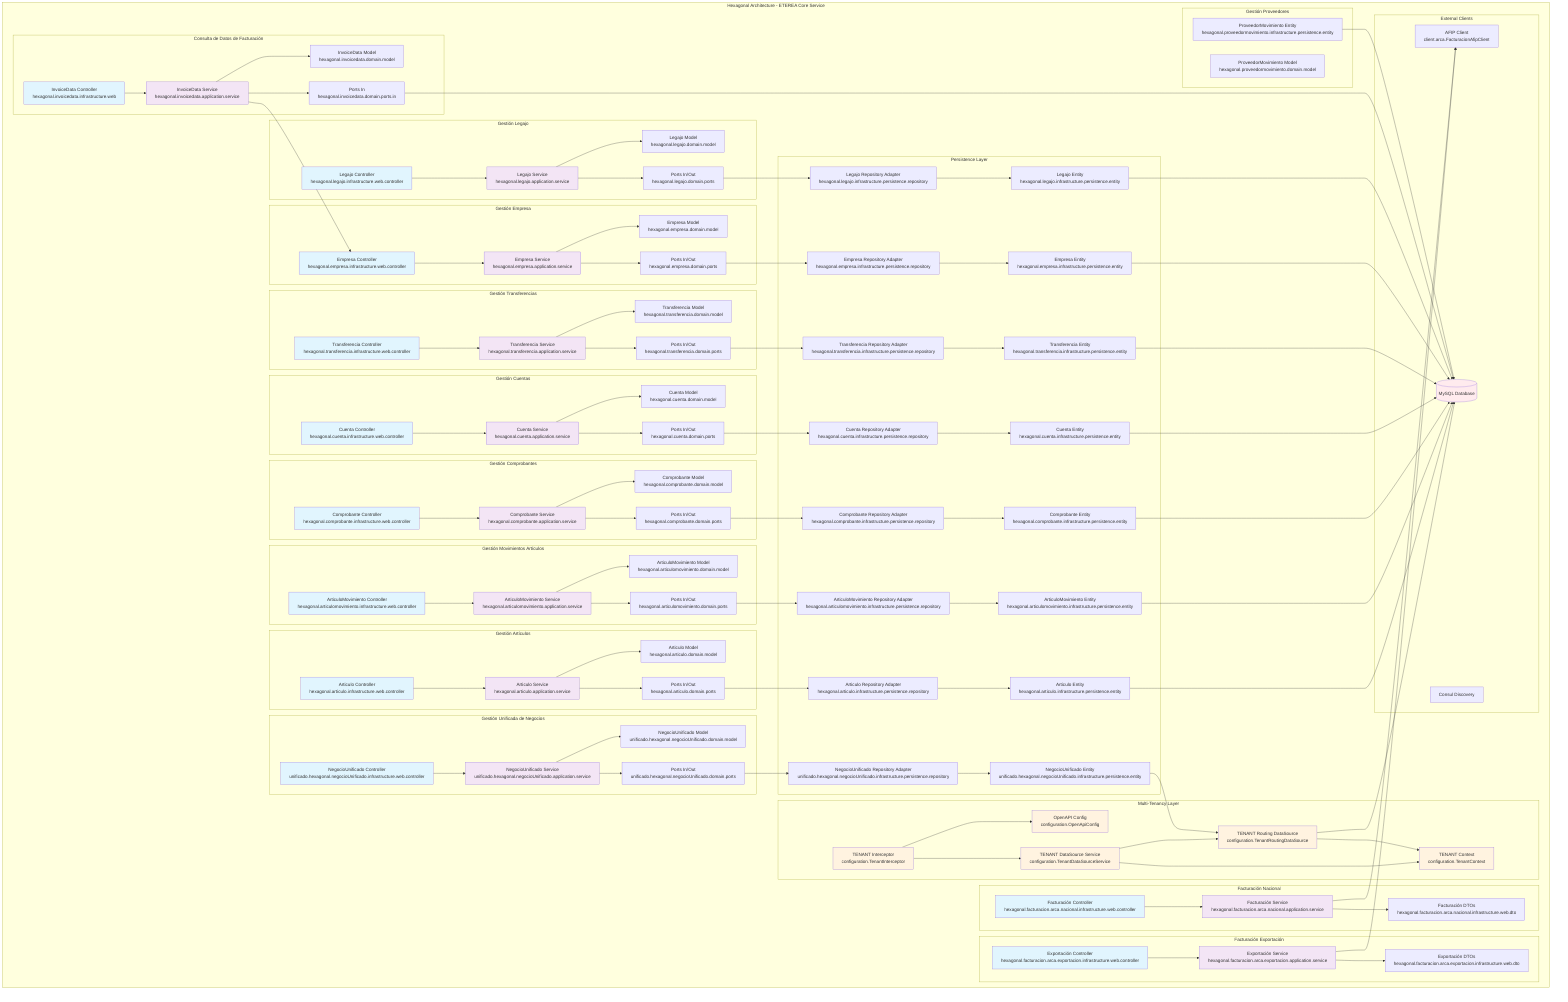
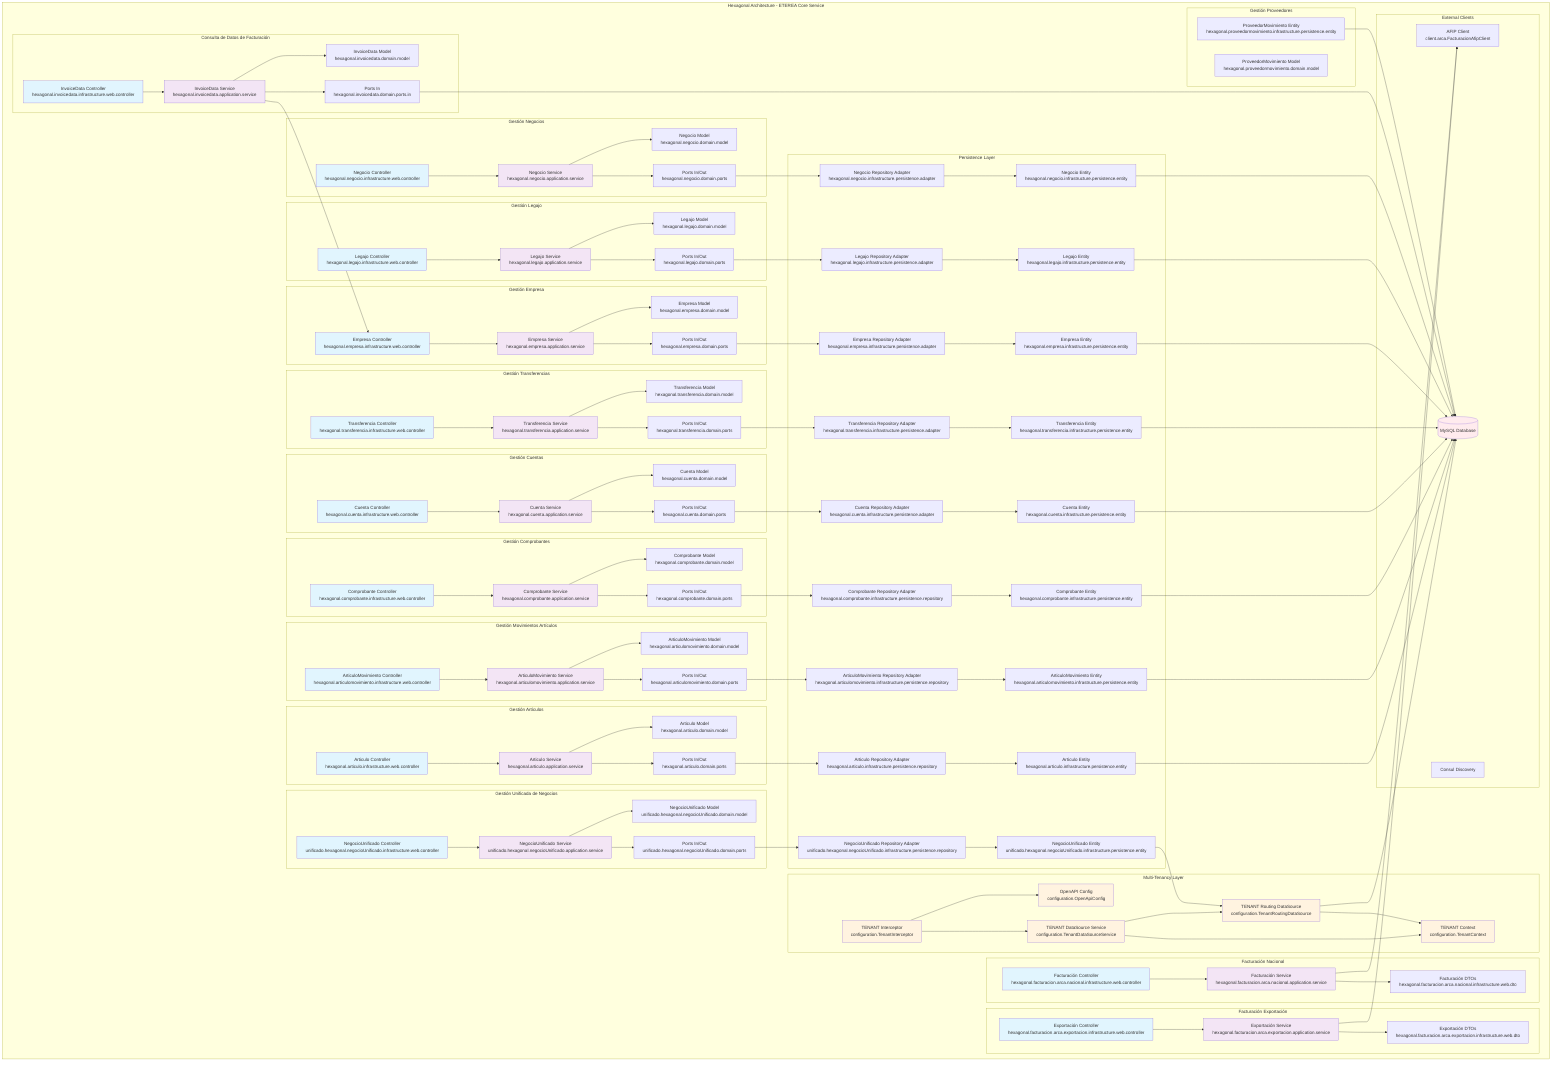
graph TB
    subgraph "Hexagonal Architecture - ETEREA Core Service"

        subgraph "Gestión Artículos"
            ART_API[Articulo Controller<br/>hexagonal.articulo.infrastructure.web.controller]
            ART_APP[Articulo Service<br/>hexagonal.articulo.application.service]
            ART_DOMAIN[Articulo Model<br/>hexagonal.articulo.domain.model]
            ART_PORTS[Ports In/Out<br/>hexagonal.articulo.domain.ports]
        end

        subgraph "Gestión Movimientos Artículos"
            AM_API[ArticuloMovimiento Controller<br/>hexagonal.articulomovimiento.infrastructure.web.controller]
            AM_APP[ArticuloMovimiento Service<br/>hexagonal.articulomovimiento.application.service]
            AM_DOMAIN[ArticuloMovimiento Model<br/>hexagonal.articulomovimiento.domain.model]
            AM_PORTS[Ports In/Out<br/>hexagonal.articulomovimiento.domain.ports]
        end

        subgraph "Gestión Comprobantes"
            COMP_API[Comprobante Controller<br/>hexagonal.comprobante.infrastructure.web.controller]
            COMP_APP[Comprobante Service<br/>hexagonal.comprobante.application.service]
            COMP_DOMAIN[Comprobante Model<br/>hexagonal.comprobante.domain.model]
            COMP_PORTS[Ports In/Out<br/>hexagonal.comprobante.domain.ports]
        end

        subgraph "Gestión Cuentas"
            CTA_API[Cuenta Controller<br/>hexagonal.cuenta.infrastructure.web.controller]
            CTA_APP[Cuenta Service<br/>hexagonal.cuenta.application.service]
            CTA_DOMAIN[Cuenta Model<br/>hexagonal.cuenta.domain.model]
            CTA_PORTS[Ports In/Out<br/>hexagonal.cuenta.domain.ports]
        end

        subgraph "Gestión Transferencias"
            TRF_API[Transferencia Controller<br/>hexagonal.transferencia.infrastructure.web.controller]
            TRF_APP[Transferencia Service<br/>hexagonal.transferencia.application.service]
            TRF_DOMAIN[Transferencia Model<br/>hexagonal.transferencia.domain.model]
            TRF_PORTS[Ports In/Out<br/>hexagonal.transferencia.domain.ports]
        end

        subgraph "Facturación Nacional"
            FN_API[Facturación Controller<br/>hexagonal.facturacion.arca.nacional.infrastructure.web.controller]
            FN_APP[Facturación Service<br/>hexagonal.facturacion.arca.nacional.application.service]
            FN_DOMAIN[Facturación DTOs<br/>hexagonal.facturacion.arca.nacional.infrastructure.web.dto]
        end

        subgraph "Facturación Exportación"
            FE_API[Exportación Controller<br/>hexagonal.facturacion.arca.exportacion.infrastructure.web.controller]
            FE_APP[Exportación Service<br/>hexagonal.facturacion.arca.exportacion.application.service]
            FE_DOMAIN[Exportación DTOs<br/>hexagonal.facturacion.arca.exportacion.infrastructure.web.dto]
        end

        subgraph "Gestión Empresa"
            E_API[Empresa Controller<br/>hexagonal.empresa.infrastructure.web.controller]
            E_APP[Empresa Service<br/>hexagonal.empresa.application.service]
            E_DOMAIN[Empresa Model<br/>hexagonal.empresa.domain.model]
            E_PORTS[Ports In/Out<br/>hexagonal.empresa.domain.ports]
        end

        subgraph "Gestión Legajo"
            L_API[Legajo Controller<br/>hexagonal.legajo.infrastructure.web.controller]
            L_APP[Legajo Service<br/>hexagonal.legajo.application.service]
            L_DOMAIN[Legajo Model<br/>hexagonal.legajo.domain.model]
            L_PORTS[Ports In/Out<br/>hexagonal.legajo.domain.ports]
        end

+         subgraph "Gestión Negocios"
+             NEG_API[Negocio Controller<br/>hexagonal.negocio.infrastructure.web.controller]
+             NEG_APP[Negocio Service<br/>hexagonal.negocio.application.service]
+             NEG_DOMAIN[Negocio Model<br/>hexagonal.negocio.domain.model]
+             NEG_PORTS[Ports In/Out<br/>hexagonal.negocio.domain.ports]
+         end
+ 
        subgraph "Gestión Proveedores"
            PM_DOMAIN[ProveedorMovimiento Model<br/>hexagonal.proveedormovimiento.domain.model]
            PM_ENTITY[ProveedorMovimiento Entity<br/>hexagonal.proveedormovimiento.infrastructure.persistence.entity]
        end

        subgraph "Gestión Unificada de Negocios"
            NU_API[NegocioUnificado Controller<br/>unificado.hexagonal.negocioUnificado.infrastructure.web.controller]
            NU_APP[NegocioUnificado Service<br/>unificado.hexagonal.negocioUnificado.application.service]
            NU_DOMAIN[NegocioUnificado Model<br/>unificado.hexagonal.negocioUnificado.domain.model]
            NU_PORTS[Ports In/Out<br/>unificado.hexagonal.negocioUnificado.domain.ports]
        end

        subgraph "Consulta de Datos de Facturación"
-             ID_API[InvoiceData Controller<br/>hexagonal.invoicedata.infrastructure.web]
+             ID_API[InvoiceData Controller<br/>hexagonal.invoicedata.infrastructure.web.controller]
            ID_APP[InvoiceData Service<br/>hexagonal.invoicedata.application.service]
            ID_DOMAIN[InvoiceData Model<br/>hexagonal.invoicedata.domain.model]
            ID_PORTS[Ports In<br/>hexagonal.invoicedata.domain.ports.in]
        end

        subgraph "Persistence Layer"
            ART_REPO[Articulo Repository Adapter<br/>hexagonal.articulo.infrastructure.persistence.repository]
            ART_ENTITY[Articulo Entity<br/>hexagonal.articulo.infrastructure.persistence.entity]
            AM_REPO[ArticuloMovimiento Repository Adapter<br/>hexagonal.articulomovimiento.infrastructure.persistence.repository]
            AM_ENTITY[ArticuloMovimiento Entity<br/>hexagonal.articulomovimiento.infrastructure.persistence.entity]
            COMP_REPO[Comprobante Repository Adapter<br/>hexagonal.comprobante.infrastructure.persistence.repository]
            COMP_ENTITY[Comprobante Entity<br/>hexagonal.comprobante.infrastructure.persistence.entity]
-             CTA_REPO[Cuenta Repository Adapter<br/>hexagonal.cuenta.infrastructure.persistence.repository]
+             CTA_REPO[Cuenta Repository Adapter<br/>hexagonal.cuenta.infrastructure.persistence.adapter]
            CTA_ENTITY[Cuenta Entity<br/>hexagonal.cuenta.infrastructure.persistence.entity]
-             TRF_REPO[Transferencia Repository Adapter<br/>hexagonal.transferencia.infrastructure.persistence.repository]
+             TRF_REPO[Transferencia Repository Adapter<br/>hexagonal.transferencia.infrastructure.persistence.adapter]
            TRF_ENTITY[Transferencia Entity<br/>hexagonal.transferencia.infrastructure.persistence.entity]
-             E_REPO[Empresa Repository Adapter<br/>hexagonal.empresa.infrastructure.persistence.repository]
+             E_REPO[Empresa Repository Adapter<br/>hexagonal.empresa.infrastructure.persistence.adapter]
            E_ENTITY[Empresa Entity<br/>hexagonal.empresa.infrastructure.persistence.entity]
-             L_REPO[Legajo Repository Adapter<br/>hexagonal.legajo.infrastructure.persistence.repository]
+             L_REPO[Legajo Repository Adapter<br/>hexagonal.legajo.infrastructure.persistence.adapter]
            L_ENTITY[Legajo Entity<br/>hexagonal.legajo.infrastructure.persistence.entity]
+             NEG_REPO[Negocio Repository Adapter<br/>hexagonal.negocio.infrastructure.persistence.adapter]
+             NEG_ENTITY[Negocio Entity<br/>hexagonal.negocio.infrastructure.persistence.entity]
            NU_REPO[NegocioUnificado Repository Adapter<br/>unificado.hexagonal.negocioUnificado.infrastructure.persistence.repository]
            NU_ENTITY[NegocioUnificado Entity<br/>unificado.hexagonal.negocioUnificado.infrastructure.persistence.entity]
        end

        subgraph "Multi-Tenancy Layer"
            TX[TENANT Context<br/>configuration.TenantContext]
            TXI[TENANT Interceptor<br/>configuration.TenantInterceptor]
            TXDS[TENANT Routing DataSource<br/>configuration.TenantRoutingDataSource]
            TXS[TENANT DataSource Service<br/>configuration.TenantDataSourceService]
            TXCFG[OpenAPI Config<br/>configuration.OpenApiConfig]
        end

        subgraph "External Clients"
            AFIP[AFIP Client<br/>client.arca.FacturacionAfipClient]
            CONSUL[Consul Discovery]
            DB[(MySQL Database)]
        end

        %% Multi-Tenancy Layer - Interceptor intercepts API calls
        TXI --> TXCFG
        TXI --> TXS
        TXS --> TXDS
        TXS --> TX
        TXDS --> TX

        %% API Layer to Application Layer
        ART_API --> ART_APP
        AM_API --> AM_APP
        COMP_API --> COMP_APP
        CTA_API --> CTA_APP
        TRF_API --> TRF_APP
        FN_API --> FN_APP
        FE_API --> FE_APP
        E_API --> E_APP
        L_API --> L_APP
+         NEG_API --> NEG_APP
        NU_API --> NU_APP
        ID_API --> ID_APP

        %% Application to Domain
        ART_APP --> ART_DOMAIN
        ART_APP --> ART_PORTS
        AM_APP --> AM_DOMAIN
        AM_APP --> AM_PORTS
        COMP_APP --> COMP_DOMAIN
        COMP_APP --> COMP_PORTS
        CTA_APP --> CTA_DOMAIN
        CTA_APP --> CTA_PORTS
        TRF_APP --> TRF_DOMAIN
        TRF_APP --> TRF_PORTS
        FN_APP --> FN_DOMAIN
        FE_APP --> FE_DOMAIN
        E_APP --> E_DOMAIN
        E_APP --> E_PORTS
        L_APP --> L_DOMAIN
        L_APP --> L_PORTS
+         NEG_APP --> NEG_DOMAIN
+         NEG_APP --> NEG_PORTS
        NU_APP --> NU_DOMAIN
        NU_APP --> NU_PORTS
        ID_APP --> ID_DOMAIN
        ID_APP --> ID_PORTS

        %% Domain to Infrastructure
        ART_PORTS --> ART_REPO
        ART_REPO --> ART_ENTITY
        ART_ENTITY --> DB
        AM_PORTS --> AM_REPO
        AM_REPO --> AM_ENTITY
        AM_ENTITY --> DB
        COMP_PORTS --> COMP_REPO
        COMP_REPO --> COMP_ENTITY
        COMP_ENTITY --> DB
        CTA_PORTS --> CTA_REPO
        CTA_REPO --> CTA_ENTITY
        CTA_ENTITY --> DB
        TRF_PORTS --> TRF_REPO
        TRF_REPO --> TRF_ENTITY
        TRF_ENTITY --> DB
        E_PORTS --> E_REPO
        E_REPO --> E_ENTITY
        E_ENTITY --> DB
        L_PORTS --> L_REPO
        L_REPO --> L_ENTITY
        L_ENTITY --> DB
+         NEG_PORTS --> NEG_REPO
+         NEG_REPO --> NEG_ENTITY
+         NEG_ENTITY --> DB
        NU_PORTS --> NU_REPO
        NU_REPO --> NU_ENTITY
        NU_ENTITY --> TXDS
        TXDS --> DB
        ID_PORTS --> DB
        PM_ENTITY --> DB

        %% External Dependencies
        FN_APP --> AFIP
        FE_APP --> AFIP
        ID_APP --> E_API

        style ART_API fill:#e1f5fe
        style AM_API fill:#e1f5fe
        style COMP_API fill:#e1f5fe
        style CTA_API fill:#e1f5fe
        style TRF_API fill:#e1f5fe
        style FN_API fill:#e1f5fe
        style FE_API fill:#e1f5fe
        style E_API fill:#e1f5fe
        style L_API fill:#e1f5fe
+         style NEG_API fill:#e1f5fe
        style NU_API fill:#e1f5fe
        style TXI fill:#fff3e0
        style TXS fill:#fff3e0
        style TXDS fill:#fff3e0
        style TX fill:#fff3e0
        style TXCFG fill:#fff3e0
        style ID_API fill:#e1f5fe
        style ART_APP fill:#f3e5f5
        style AM_APP fill:#f3e5f5
        style COMP_APP fill:#f3e5f5
        style CTA_APP fill:#f3e5f5
        style TRF_APP fill:#f3e5f5
        style FN_APP fill:#f3e5f5
        style FE_APP fill:#f3e5f5
        style E_APP fill:#f3e5f5
        style L_APP fill:#f3e5f5
+         style NEG_APP fill:#f3e5f5
        style NU_APP fill:#f3e5f5
        style ID_APP fill:#f3e5f5
        style DB fill:#ffebee
    end